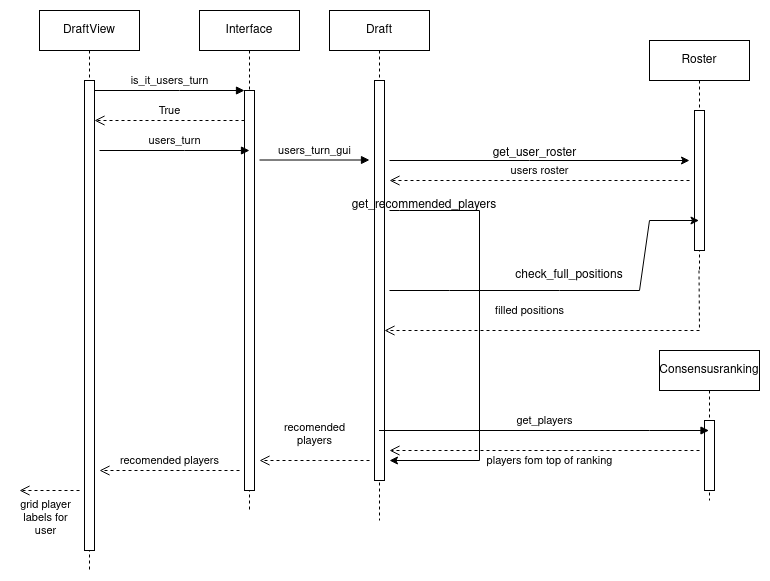
eepek/drafthelper keeps this draw.io diagram as drafthelper-app/dokumentaatio/kuvat/get_recomended_players.png. Above is the earlier version. Source tidied: cells renumbered, new cells last; positions are measured from the earlier drawing's top-left corner, leaving out a move shared by most shapes. The source it was exported from:
```xml
<mxGraphModel>
  <root>
    <mxCell id="0" />
    <mxCell id="1" parent="0" />
    <mxCell id="2" value="DraftView" style="shape=umlLifeline;perimeter=lifelinePerimeter;whiteSpace=wrap;html=1;newEdgeStyle={&quot;edgeStyle&quot;:&quot;elbowEdgeStyle&quot;,&quot;elbow&quot;:&quot;vertical&quot;,&quot;curved&quot;:0,&quot;rounded&quot;:0};" parent="1" vertex="1">
      <mxGeometry x="20" width="100" height="560" as="geometry" />
    </mxCell>
    <mxCell id="3" style="html=1;points=[];perimeter=orthogonalPerimeter;outlineConnect=0;targetShapes=umlLifeline;portConstraint=eastwest;newEdgeStyle={&quot;edgeStyle&quot;:&quot;elbowEdgeStyle&quot;,&quot;elbow&quot;:&quot;vertical&quot;,&quot;curved&quot;:0,&quot;rounded&quot;:0};" parent="2" vertex="1">
      <mxGeometry x="45" y="70" width="10" height="470" as="geometry" />
    </mxCell>
    <mxCell id="4" value="Interface" style="shape=umlLifeline;perimeter=lifelinePerimeter;whiteSpace=wrap;html=1;newEdgeStyle={&quot;edgeStyle&quot;:&quot;elbowEdgeStyle&quot;,&quot;elbow&quot;:&quot;vertical&quot;,&quot;curved&quot;:0,&quot;rounded&quot;:0};" parent="1" vertex="1">
      <mxGeometry x="180" width="100" height="500" as="geometry" />
    </mxCell>
    <mxCell id="5" style="html=1;points=[];perimeter=orthogonalPerimeter;outlineConnect=0;targetShapes=umlLifeline;portConstraint=eastwest;newEdgeStyle={&quot;edgeStyle&quot;:&quot;elbowEdgeStyle&quot;,&quot;elbow&quot;:&quot;vertical&quot;,&quot;curved&quot;:0,&quot;rounded&quot;:0};" parent="4" vertex="1">
      <mxGeometry x="45" y="80" width="10" height="400" as="geometry" />
    </mxCell>
    <mxCell id="6" value="is_it_users_turn" style="html=1;verticalAlign=bottom;endArrow=block;edgeStyle=elbowEdgeStyle;elbow=vertical;curved=0;rounded=0;" parent="1" edge="1" source="3" target="5">
      <mxGeometry relative="1" as="geometry">
        <Array as="points">
          <mxPoint x="160" y="80" />
        </Array>
      </mxGeometry>
    </mxCell>
    <mxCell id="7" value="True" style="html=1;verticalAlign=bottom;endArrow=open;dashed=1;endSize=8;edgeStyle=elbowEdgeStyle;elbow=vertical;curved=0;rounded=0;" parent="1" edge="1" source="5" target="3">
      <mxGeometry relative="1" as="geometry">
        <Array as="points">
          <mxPoint x="120" y="110" />
          <mxPoint x="170" y="240" />
        </Array>
      </mxGeometry>
    </mxCell>
    <mxCell id="8" value="Draft" style="shape=umlLifeline;perimeter=lifelinePerimeter;whiteSpace=wrap;html=1;outlineConnect=0;portConstraint=eastwest;newEdgeStyle={&quot;edgeStyle&quot;:&quot;elbowEdgeStyle&quot;,&quot;elbow&quot;:&quot;vertical&quot;,&quot;curved&quot;:0,&quot;rounded&quot;:0};" parent="1" vertex="1">
      <mxGeometry x="310" width="100" height="510" as="geometry" />
    </mxCell>
    <mxCell id="9" style="html=1;perimeter=orthogonalPerimeter;targetShapes=umlLifeline;newEdgeStyle={&quot;edgeStyle&quot;:&quot;elbowEdgeStyle&quot;,&quot;elbow&quot;:&quot;vertical&quot;,&quot;curved&quot;:0,&quot;rounded&quot;:0};" parent="8" vertex="1">
      <mxGeometry x="45" y="70" width="10" height="400" as="geometry" />
    </mxCell>
    <mxCell id="10" value="&lt;div&gt;Consensusranking&lt;/div&gt;" style="shape=umlLifeline;perimeter=lifelinePerimeter;whiteSpace=wrap;html=1;outlineConnect=0;portConstraint=eastwest;newEdgeStyle={&quot;edgeStyle&quot;:&quot;elbowEdgeStyle&quot;,&quot;elbow&quot;:&quot;vertical&quot;,&quot;curved&quot;:0,&quot;rounded&quot;:0};" parent="1" vertex="1">
      <mxGeometry x="640" y="340" width="100" height="150" as="geometry" />
    </mxCell>
    <mxCell id="11" style="html=1;perimeter=orthogonalPerimeter;targetShapes=umlLifeline;newEdgeStyle={&quot;edgeStyle&quot;:&quot;elbowEdgeStyle&quot;,&quot;elbow&quot;:&quot;vertical&quot;,&quot;curved&quot;:0,&quot;rounded&quot;:0};" parent="10" vertex="1">
      <mxGeometry x="45" y="70" width="10" height="70" as="geometry" />
    </mxCell>
    <mxCell id="12" value="Roster" style="shape=umlLifeline;perimeter=lifelinePerimeter;whiteSpace=wrap;html=1;outlineConnect=0;portConstraint=eastwest;newEdgeStyle={&quot;edgeStyle&quot;:&quot;elbowEdgeStyle&quot;,&quot;elbow&quot;:&quot;vertical&quot;,&quot;curved&quot;:0,&quot;rounded&quot;:0};" parent="1" vertex="1">
      <mxGeometry x="630" y="30" width="100" height="230" as="geometry" />
    </mxCell>
    <mxCell id="13" style="html=1;perimeter=orthogonalPerimeter;targetShapes=umlLifeline;newEdgeStyle={&quot;edgeStyle&quot;:&quot;elbowEdgeStyle&quot;,&quot;elbow&quot;:&quot;vertical&quot;,&quot;curved&quot;:0,&quot;rounded&quot;:0};" parent="12" vertex="1">
      <mxGeometry x="45" y="70" width="10" height="140" as="geometry" />
    </mxCell>
    <mxCell id="14" value="users_turn" style="html=1;verticalAlign=bottom;endArrow=block;edgeStyle=elbowEdgeStyle;elbow=vertical;curved=0;rounded=0;" parent="1" edge="1">
      <mxGeometry relative="1" as="geometry">
        <mxPoint x="80" y="140" as="sourcePoint" />
        <mxPoint x="230" y="140" as="targetPoint" />
        <Array as="points">
          <mxPoint x="165" y="140" />
        </Array>
      </mxGeometry>
    </mxCell>
    <mxCell id="15" value="users_turn_gui" style="html=1;verticalAlign=bottom;endArrow=block;edgeStyle=elbowEdgeStyle;elbow=vertical;curved=0;rounded=0;" parent="1" edge="1">
      <mxGeometry relative="1" as="geometry">
        <mxPoint x="240" y="149.5" as="sourcePoint" />
        <mxPoint x="350" y="150" as="targetPoint" />
        <Array as="points">
          <mxPoint x="325" y="149.5" />
        </Array>
      </mxGeometry>
    </mxCell>
    <mxCell id="16" style="endArrow=classic;html=1;rounded=0;" parent="1" edge="1">
      <mxGeometry relative="1" as="geometry">
        <mxPoint x="370" y="150" as="sourcePoint" />
        <mxPoint x="670" y="150" as="targetPoint" />
        <Array as="points">
          <mxPoint x="510" y="150" />
        </Array>
      </mxGeometry>
    </mxCell>
    <mxCell id="17" value="get_user_roster" style="text;html=1;align=center;verticalAlign=middle;strokeColor=none;fillColor=none;" parent="1" vertex="1">
      <mxGeometry x="460" y="128" width="110" height="30" as="geometry" />
    </mxCell>
    <mxCell id="18" value="users roster " style="html=1;verticalAlign=bottom;endArrow=open;dashed=1;endSize=8;edgeStyle=elbowEdgeStyle;elbow=vertical;curved=0;rounded=0;" parent="1" edge="1">
      <mxGeometry relative="1" as="geometry">
        <mxPoint x="670" y="170" as="sourcePoint" />
        <mxPoint x="370" y="170" as="targetPoint" />
        <Array as="points">
          <mxPoint x="565" y="170" />
          <mxPoint x="615" y="300" />
        </Array>
      </mxGeometry>
    </mxCell>
    <mxCell id="19" style="endArrow=classic;html=1;rounded=0;" parent="1" edge="1">
      <mxGeometry relative="1" as="geometry">
        <mxPoint x="370" y="200" as="sourcePoint" />
        <mxPoint x="370" y="450" as="targetPoint" />
        <Array as="points">
          <mxPoint x="380" y="200" />
          <mxPoint x="460" y="200" />
          <mxPoint x="460" y="450" />
        </Array>
      </mxGeometry>
    </mxCell>
    <mxCell id="20" value="get_recommended_players" style="text;html=1;strokeColor=none;fillColor=none;align=center;verticalAlign=middle;whiteSpace=wrap;rounded=0;" parent="1" vertex="1">
      <mxGeometry x="375" y="180" width="60" height="30" as="geometry" />
    </mxCell>
    <mxCell id="21" style="endArrow=classic;html=1;rounded=0;" parent="1" edge="1" target="12">
      <mxGeometry relative="1" as="geometry">
        <mxPoint x="370" y="280" as="sourcePoint" />
        <Array as="points">
          <mxPoint x="430" y="280" />
          <mxPoint x="540" y="280" />
          <mxPoint x="620" y="280" />
          <mxPoint x="630" y="210" />
        </Array>
      </mxGeometry>
    </mxCell>
    <mxCell id="22" value="check_full_positions" style="text;html=1;strokeColor=none;fillColor=none;align=center;verticalAlign=middle;whiteSpace=wrap;rounded=0;" parent="1" vertex="1">
      <mxGeometry x="520" y="250" width="60" height="30" as="geometry" />
    </mxCell>
    <mxCell id="23" value="filled positions" style="html=1;verticalAlign=bottom;endArrow=open;dashed=1;endSize=8;edgeStyle=elbowEdgeStyle;elbow=vertical;curved=0;rounded=0;" parent="1" edge="1" source="12">
      <mxGeometry x="0.23" y="-10" relative="1" as="geometry">
        <mxPoint x="365" y="320" as="targetPoint" />
        <Array as="points">
          <mxPoint x="460" y="320" />
          <mxPoint x="640" y="280" />
          <mxPoint x="530" y="300" />
        </Array>
      </mxGeometry>
    </mxCell>
    <mxCell id="24" value="get_players" style="html=1;verticalAlign=bottom;endArrow=block;edgeStyle=elbowEdgeStyle;elbow=vertical;curved=0;rounded=0;" parent="1" edge="1" source="8" target="10">
      <mxGeometry relative="1" as="geometry">
        <Array as="points">
          <mxPoint x="630" y="420" />
          <mxPoint x="640" y="430" />
        </Array>
      </mxGeometry>
    </mxCell>
    <mxCell id="25" value="players fom top of ranking" style="html=1;verticalAlign=bottom;endArrow=open;dashed=1;endSize=8;edgeStyle=elbowEdgeStyle;elbow=vertical;curved=0;rounded=0;" parent="1" edge="1">
      <mxGeometry x="-0.03" y="20" relative="1" as="geometry">
        <mxPoint x="680" y="440" as="sourcePoint" />
        <mxPoint x="370" y="440" as="targetPoint" />
        <Array as="points">
          <mxPoint x="530" y="440" />
          <mxPoint x="420" y="440" />
          <mxPoint x="400" y="250" />
        </Array>
      </mxGeometry>
    </mxCell>
    <mxCell id="26" value="&lt;div&gt;recomended&lt;/div&gt;&lt;div&gt;players&lt;br&gt;&lt;/div&gt;" style="html=1;verticalAlign=bottom;endArrow=open;dashed=1;endSize=8;edgeStyle=elbowEdgeStyle;elbow=vertical;curved=0;rounded=0;" parent="1" edge="1">
      <mxGeometry y="-10" relative="1" as="geometry">
        <mxPoint x="350" y="450" as="sourcePoint" />
        <mxPoint x="240" y="450" as="targetPoint" />
        <Array as="points">
          <mxPoint x="300" y="450" />
        </Array>
      </mxGeometry>
    </mxCell>
    <mxCell id="27" value="recomended players" style="html=1;verticalAlign=bottom;endArrow=open;dashed=1;endSize=8;edgeStyle=elbowEdgeStyle;elbow=vertical;curved=0;rounded=0;" parent="1" edge="1">
      <mxGeometry relative="1" as="geometry">
        <mxPoint x="220" y="460" as="sourcePoint" />
        <mxPoint x="80" y="460" as="targetPoint" />
        <Array as="points">
          <mxPoint x="180" y="460" />
        </Array>
      </mxGeometry>
    </mxCell>
    <mxCell id="28" value="&lt;div&gt;grid player&lt;/div&gt;&lt;div&gt;labels for &lt;br&gt;&lt;/div&gt;&lt;div&gt;user&lt;/div&gt;" style="html=1;verticalAlign=bottom;endArrow=open;dashed=1;endSize=8;edgeStyle=elbowEdgeStyle;elbow=vertical;curved=0;rounded=0;" parent="1" edge="1">
      <mxGeometry x="0.14" y="50" relative="1" as="geometry">
        <mxPoint x="60" y="480" as="sourcePoint" />
        <mxPoint y="480" as="targetPoint" />
      </mxGeometry>
    </mxCell>
  </root>
</mxGraphModel>
```
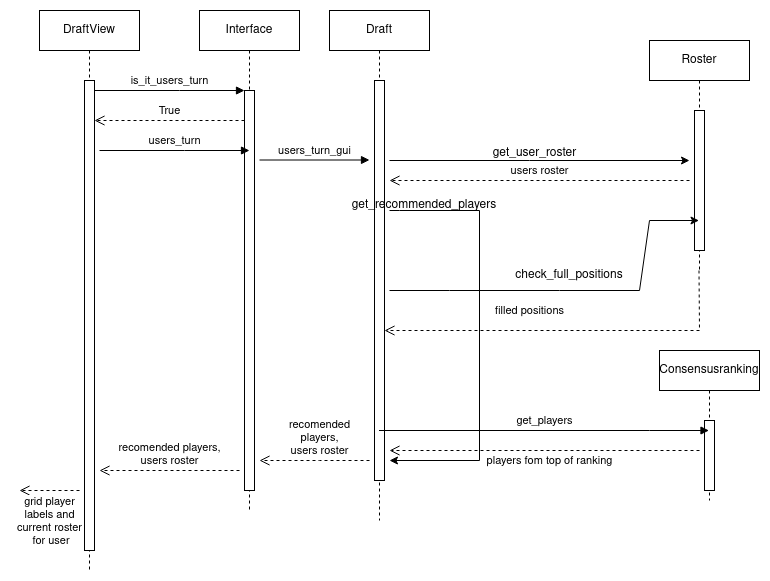
After the change.

Commit message:
Kuvaa paranneltu

Diff of the diagram source:
```diff
@@ -144,8 +144,8 @@
         </Array>
       </mxGeometry>
     </mxCell>
-    <mxCell id="26" value="&lt;div&gt;recomended&lt;/div&gt;&lt;div&gt;players&lt;br&gt;&lt;/div&gt;" style="html=1;verticalAlign=bottom;endArrow=open;dashed=1;endSize=8;edgeStyle=elbowEdgeStyle;elbow=vertical;curved=0;rounded=0;" parent="1" edge="1">
-      <mxGeometry y="-10" relative="1" as="geometry">
+    <mxCell id="26" value="&lt;div&gt;recomended&lt;/div&gt;&lt;div&gt;players,&lt;/div&gt;&lt;div&gt;users roster&lt;/div&gt;" style="html=1;verticalAlign=bottom;endArrow=open;dashed=1;endSize=8;edgeStyle=elbowEdgeStyle;elbow=vertical;curved=0;rounded=0;" parent="1" edge="1">
+      <mxGeometry x="-0.09" relative="1" as="geometry">
         <mxPoint x="350" y="450" as="sourcePoint" />
         <mxPoint x="240" y="450" as="targetPoint" />
         <Array as="points">
@@ -153,7 +153,7 @@
         </Array>
       </mxGeometry>
     </mxCell>
-    <mxCell id="27" value="recomended players" style="html=1;verticalAlign=bottom;endArrow=open;dashed=1;endSize=8;edgeStyle=elbowEdgeStyle;elbow=vertical;curved=0;rounded=0;" parent="1" edge="1">
+    <mxCell id="27" value="&lt;div&gt;recomended players,&lt;/div&gt;&lt;div&gt;users roster&lt;br&gt;&lt;/div&gt;" style="html=1;verticalAlign=bottom;endArrow=open;dashed=1;endSize=8;edgeStyle=elbowEdgeStyle;elbow=vertical;curved=0;rounded=0;" parent="1" edge="1">
       <mxGeometry relative="1" as="geometry">
         <mxPoint x="220" y="460" as="sourcePoint" />
         <mxPoint x="80" y="460" as="targetPoint" />
@@ -162,8 +162,8 @@
         </Array>
       </mxGeometry>
     </mxCell>
-    <mxCell id="28" value="&lt;div&gt;grid player&lt;/div&gt;&lt;div&gt;labels for &lt;br&gt;&lt;/div&gt;&lt;div&gt;user&lt;/div&gt;" style="html=1;verticalAlign=bottom;endArrow=open;dashed=1;endSize=8;edgeStyle=elbowEdgeStyle;elbow=vertical;curved=0;rounded=0;" parent="1" edge="1">
-      <mxGeometry x="0.14" y="50" relative="1" as="geometry">
+    <mxCell id="28" value="&lt;div&gt;grid player&lt;/div&gt;&lt;div&gt;labels and &lt;br&gt;&lt;/div&gt;&lt;div&gt;current roster&lt;/div&gt;&lt;div&gt;&amp;nbsp;for user&lt;/div&gt;" style="html=1;verticalAlign=bottom;endArrow=open;dashed=1;endSize=8;edgeStyle=elbowEdgeStyle;elbow=vertical;curved=0;rounded=0;" parent="1" edge="1">
+      <mxGeometry y="60" relative="1" as="geometry">
         <mxPoint x="60" y="480" as="sourcePoint" />
         <mxPoint y="480" as="targetPoint" />
       </mxGeometry>
```
